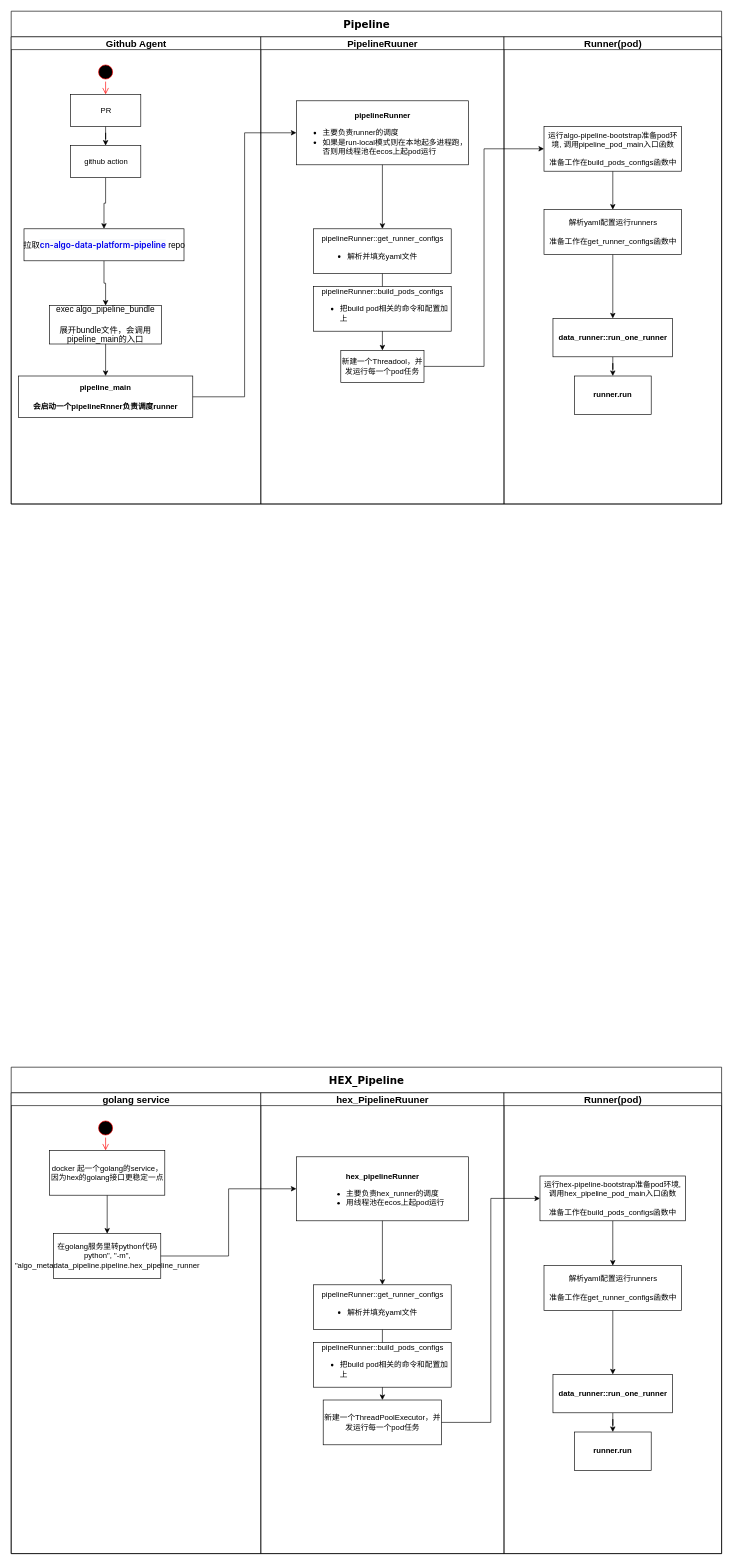
Before: page "pipeline时序图" (2 of 4) of drawio/TuSimple.drawio in a244591052/Skill-Learning, a draw.io diagram. Source tidied: cells renumbered, new cells numbered last; positions are measured from the earlier drawing's top-left corner, leaving out a move shared by most shapes. Both pictures are drawn from the tidied source at 64%, with x=0, y=0 at pixel (11, 11).
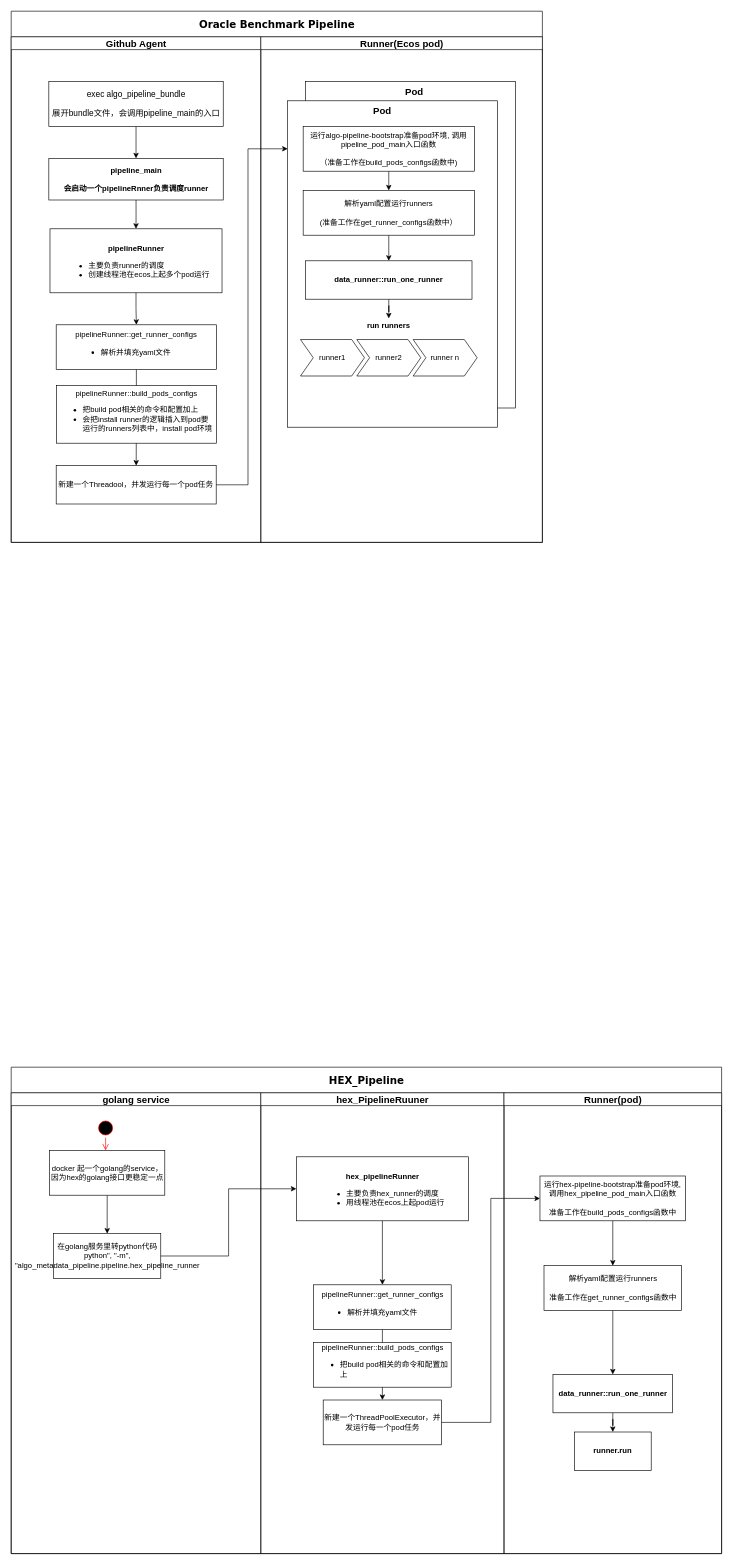
After the change.

Diff of the diagram source:
```diff
@@
-    <mxCell id="2" value="&lt;font style=&quot;font-size: 16px;&quot;&gt;Pipeline&lt;/font&gt;" style="swimlane;html=1;startSize=40;rounded=0;shadow=0;comic=0;labelBackgroundColor=none;strokeWidth=1;fontFamily=Verdana;fontSize=12;align=center;" parent="1" vertex="1">
-      <mxGeometry width="1110" height="770" as="geometry" />
+    <mxCell id="2" value="&lt;font style=&quot;font-size: 16px;&quot;&gt;Oracle Benchmark Pipeline&lt;/font&gt;" style="swimlane;html=1;startSize=40;rounded=0;shadow=0;comic=0;labelBackgroundColor=none;strokeWidth=1;fontFamily=Verdana;fontSize=12;align=center;" parent="1" vertex="1">
+      <mxGeometry width="830" height="830" as="geometry" />
     </mxCell>
     <mxCell id="3" value="&lt;font style=&quot;font-size: 15px;&quot;&gt;Github Agent&lt;/font&gt;" style="swimlane;html=1;startSize=20;" parent="2" vertex="1">
-      <mxGeometry y="40" width="390" height="730" as="geometry" />
+      <mxGeometry y="40" width="390" height="790" as="geometry" />
     </mxCell>
-    <mxCell id="4" style="ellipse;html=1;shape=startState;fillColor=#000000;strokeColor=#ff0000;" parent="3" vertex="1">
-      <mxGeometry x="132.5" y="40" width="30" height="30" as="geometry" />
-    </mxCell>
-    <mxCell id="5" style="edgeStyle=orthogonalEdgeStyle;html=1;verticalAlign=bottom;endArrow=open;endSize=8;strokeColor=#ff0000;rounded=0;" parent="3" edge="1" source="4">
-      <mxGeometry relative="1" as="geometry">
-        <mxPoint x="147.5" y="90" as="targetPoint" />
-      </mxGeometry>
-    </mxCell>
-    <mxCell id="6" style="edgeStyle=orthogonalEdgeStyle;rounded=0;jettySize=auto;html=1;" parent="3" edge="1" source="7" target="9">
-      <mxGeometry relative="1" as="geometry" />
-    </mxCell>
-    <mxCell id="7" value="PR" style="html=1;" parent="3" vertex="1">
-      <mxGeometry x="92.5" y="90" width="110" height="50" as="geometry" />
-    </mxCell>
-    <mxCell id="8" style="edgeStyle=orthogonalEdgeStyle;rounded=0;jettySize=auto;html=1;fontSize=12;" parent="3" edge="1" source="9" target="11">
-      <mxGeometry relative="1" as="geometry" />
-    </mxCell>
-    <mxCell id="9" value="github action" style="html=1;fillColor=rgb(255, 255, 255);strokeColor=rgb(0, 0, 0);fontColor=rgb(0, 0, 0);" parent="3" vertex="1">
-      <mxGeometry x="92.5" y="170" width="110" height="50" as="geometry" />
-    </mxCell>
-    <mxCell id="10" style="edgeStyle=orthogonalEdgeStyle;rounded=0;jettySize=auto;html=1;fontSize=13;" parent="3" edge="1" source="11" target="13">
-      <mxGeometry relative="1" as="geometry" />
-    </mxCell>
-    <mxCell id="11" value="拉取&lt;a style=&quot;box-sizing: border-box; background-color: rgb(246, 248, 250); text-decoration-line: none; font-family: -apple-system, BlinkMacSystemFont, &amp;quot;Segoe UI&amp;quot;, Helvetica, Arial, sans-serif, &amp;quot;Apple Color Emoji&amp;quot;, &amp;quot;Segoe UI Emoji&amp;quot;; font-size: 13px; font-weight: 600; text-align: start;&quot; href=&quot;https://ghe.tusimple.io/TuSimple/cn-algo-data-platform-pipeline&quot;&gt;cn-algo-data-platform-pipeline&lt;/a&gt;&amp;nbsp;repo" style="html=1;fillColor=rgb(255, 255, 255);strokeColor=rgb(0, 0, 0);fontColor=rgb(0, 0, 0);fontSize=13;" parent="3" vertex="1">
-      <mxGeometry x="20" y="300" width="250" height="50" as="geometry" />
-    </mxCell>
@@
     <mxCell id="13" value="exec algo_pipeline_bundle&lt;br&gt;&lt;br&gt;展开bundle文件，会调用pipeline_main的入口" style="whiteSpace=wrap;html=1;fontSize=13;fillColor=rgb(255, 255, 255);strokeColor=rgb(0, 0, 0);fontColor=rgb(0, 0, 0);" parent="3" vertex="1">
-      <mxGeometry x="60" y="420" width="175" height="60" as="geometry" />
+      <mxGeometry x="58.8" y="70" width="272.5" height="70" as="geometry" />
     </mxCell>
+    <mxCell id="56" style="edgeStyle=orthogonalEdgeStyle;rounded=0;jettySize=auto;html=1;exitX=0.5;exitY=1;exitDx=0;exitDy=0;" parent="3" edge="1" source="14" target="57">
+      <mxGeometry relative="1" as="geometry" />
+    </mxCell>
-    <mxCell id="14" value="&lt;b&gt;pipeline_main&lt;br&gt;&lt;br&gt;会启动一个pipelineRnner负责调度runner&lt;br&gt;&lt;/b&gt;" style="whiteSpace=wrap;html=1;fillColor=rgb(255, 255, 255);strokeColor=rgb(0, 0, 0);fontColor=rgb(0, 0, 0);" parent="3" vertex="1">
-      <mxGeometry x="11.2" y="530" width="272.5" height="65" as="geometry" />
+    <mxCell id="14" value="&lt;span&gt;pipeline_main&lt;br&gt;&lt;br&gt;会启动一个pipelineRnner负责调度runner&lt;br&gt;&lt;/span&gt;" style="whiteSpace=wrap;html=1;fillColor=rgb(255, 255, 255);strokeColor=rgb(0, 0, 0);fontColor=rgb(0, 0, 0);fontStyle=1;" parent="3" vertex="1">
+      <mxGeometry x="58.8" y="190" width="272.5" height="65" as="geometry" />
     </mxCell>
-    <mxCell id="15" value="&lt;font style=&quot;font-size: 15px;&quot;&gt;PipelineRuuner&lt;/font&gt;" style="swimlane;html=1;startSize=20;" parent="2" vertex="1">
-      <mxGeometry x="390" y="40" width="380" height="730" as="geometry" />
-    </mxCell>
-    <mxCell id="16" value="&lt;b&gt;&lt;br&gt;pipelineRunner&lt;/b&gt;&lt;br&gt;&lt;ul&gt;&lt;li style=&quot;text-align: left;&quot;&gt;主要负责runner的调度&lt;/li&gt;&lt;li style=&quot;text-align: left;&quot;&gt;如果是run-local模式则在本地起多进程跑，否则用线程池在ecos上起pod运行&lt;/li&gt;&lt;/ul&gt;" style="whiteSpace=wrap;html=1;fillColor=rgb(255, 255, 255);strokeColor=rgb(0, 0, 0);fontColor=rgb(0, 0, 0);" parent="15" vertex="1">
-      <mxGeometry x="55.6" y="100" width="268.8" height="100" as="geometry" />
-    </mxCell>
+    <mxCell id="57" value="&lt;b&gt;&lt;br&gt;pipelineRunner&lt;/b&gt;&lt;br&gt;&lt;ul&gt;&lt;li style=&quot;text-align: left;&quot;&gt;主要负责runner的调度&lt;/li&gt;&lt;li style=&quot;text-align: left;&quot;&gt;创建线程池在ecos上起多个pod运行&lt;/li&gt;&lt;/ul&gt;" style="whiteSpace=wrap;html=1;fillColor=rgb(255, 255, 255);strokeColor=rgb(0, 0, 0);fontColor=rgb(0, 0, 0);" parent="3" vertex="1">
+      <mxGeometry x="60.6" y="300" width="268.8" height="100" as="geometry" />
+    </mxCell>
-    <mxCell id="17" value="&lt;font style=&quot;font-size: 12px;&quot;&gt;pipelineRunner::get_runner_configs&lt;br style=&quot;font-size: 12px;&quot;&gt;&lt;ul&gt;&lt;li style=&quot;text-align: left;&quot;&gt;&lt;span style=&quot;background-color: initial;&quot;&gt;解析并填充yaml文件&lt;/span&gt;&lt;/li&gt;&lt;/ul&gt;&lt;/font&gt;" style="rounded=0;whiteSpace=wrap;html=1;fontSize=12;" parent="15" vertex="1">
-      <mxGeometry x="82.5" y="300" width="215" height="70" as="geometry" />
+    <mxCell id="17" value="&lt;font style=&quot;font-size: 12px;&quot;&gt;pipelineRunner::get_runner_configs&lt;br style=&quot;font-size: 12px;&quot;&gt;&lt;ul&gt;&lt;li style=&quot;text-align: left;&quot;&gt;&lt;span style=&quot;background-color: initial;&quot;&gt;解析并填充yaml文件&lt;/span&gt;&lt;/li&gt;&lt;/ul&gt;&lt;/font&gt;" style="rounded=0;whiteSpace=wrap;html=1;fontSize=12;" parent="3" vertex="1">
+      <mxGeometry x="70.3" y="450" width="250.6" height="70" as="geometry" />
     </mxCell>
-    <mxCell id="18" style="edgeStyle=orthogonalEdgeStyle;rounded=0;jettySize=auto;html=1;exitX=0.5;exitY=1;exitDx=0;exitDy=0;entryX=0.5;entryY=0;entryDx=0;entryDy=0;fontSize=13;" parent="15" edge="1" source="16" target="17">
-      <mxGeometry relative="1" as="geometry" />
-    </mxCell>
+    <mxCell id="58" style="edgeStyle=orthogonalEdgeStyle;rounded=0;jettySize=auto;html=1;exitX=0.5;exitY=1;exitDx=0;exitDy=0;entryX=0.5;entryY=0;entryDx=0;entryDy=0;fontSize=13;" parent="3" edge="1" source="57" target="17">
+      <mxGeometry relative="1" as="geometry" />
+    </mxCell>
-    <mxCell id="19" value="新建一个Threadool，并发运行每一个pod任务" style="whiteSpace=wrap;html=1;fillColor=rgb(255, 255, 255);strokeColor=rgb(0, 0, 0);fontColor=rgb(0, 0, 0);" parent="15" vertex="1">
-      <mxGeometry x="125" y="490" width="130" height="50" as="geometry" />
+    <mxCell id="19" value="新建一个Threadool，并发运行每一个pod任务" style="whiteSpace=wrap;html=1;fillColor=rgb(255, 255, 255);strokeColor=rgb(0, 0, 0);fontColor=rgb(0, 0, 0);" parent="3" vertex="1">
+      <mxGeometry x="70.3" y="670" width="250" height="60" as="geometry" />
     </mxCell>
-    <mxCell id="20" style="edgeStyle=orthogonalEdgeStyle;rounded=0;jettySize=auto;html=1;exitX=0.5;exitY=1;exitDx=0;exitDy=0;entryX=0.5;entryY=0;entryDx=0;entryDy=0;fontSize=13;" parent="15" edge="1" source="17" target="19">
+    <mxCell id="20" style="edgeStyle=orthogonalEdgeStyle;rounded=0;jettySize=auto;html=1;exitX=0.5;exitY=1;exitDx=0;exitDy=0;entryX=0.5;entryY=0;entryDx=0;entryDy=0;fontSize=13;" parent="3" edge="1" source="17" target="19">
       <mxGeometry relative="1" as="geometry" />
     </mxCell>
-    <mxCell id="21" value="&lt;font style=&quot;font-size: 12px;&quot;&gt;pipelineRunner::build_pods_configs&lt;br style=&quot;font-size: 12px;&quot;&gt;&lt;ul&gt;&lt;li style=&quot;text-align: left;&quot;&gt;&lt;span style=&quot;background-color: initial;&quot;&gt;把build pod相关的命令和配置加上&lt;/span&gt;&lt;/li&gt;&lt;/ul&gt;&lt;/font&gt;" style="rounded=0;whiteSpace=wrap;html=1;fontSize=12;" parent="15" vertex="1">
-      <mxGeometry x="82.5" y="390" width="215" height="70" as="geometry" />
-    </mxCell>
+    <mxCell id="59" value="&lt;font style=&quot;font-size: 12px;&quot;&gt;pipelineRunner::build_pods_configs&lt;br style=&quot;font-size: 12px;&quot;&gt;&lt;ul&gt;&lt;li style=&quot;text-align: left;&quot;&gt;&lt;span style=&quot;background-color: initial;&quot;&gt;把build pod相关的命令和配置加上&lt;/span&gt;&lt;/li&gt;&lt;li style=&quot;text-align: left;&quot;&gt;会把install runner的逻辑插入到pod要运行的runners列表中，install pod环境&lt;/li&gt;&lt;/ul&gt;&lt;/font&gt;" style="rounded=0;whiteSpace=wrap;html=1;fontSize=12;" parent="3" vertex="1">
+      <mxGeometry x="70.6" y="545" width="250.3" height="90" as="geometry" />
+    </mxCell>
+    <mxCell id="60" style="edgeStyle=orthogonalEdgeStyle;rounded=0;jettySize=auto;html=1;exitX=1;exitY=0.5;exitDx=0;exitDy=0;" parent="2" edge="1" source="19" target="62">
+      <mxGeometry relative="1" as="geometry">
+        <Array as="points">
+          <mxPoint x="370" y="740" />
+          <mxPoint x="370" y="215" />
+        </Array>
+      </mxGeometry>
+    </mxCell>
-    <mxCell id="22" value="&lt;font style=&quot;font-size: 15px;&quot;&gt;Runner(pod)&lt;/font&gt;" style="swimlane;html=1;startSize=20;" parent="2" vertex="1">
-      <mxGeometry x="770" y="40" width="340" height="730" as="geometry" />
+    <mxCell id="22" value="&lt;font style=&quot;font-size: 15px;&quot;&gt;Runner(Ecos pod)&lt;/font&gt;" style="swimlane;html=1;startSize=20;" parent="2" vertex="1">
+      <mxGeometry x="390" y="40" width="440" height="790" as="geometry" />
     </mxCell>
-    <mxCell id="23" style="edgeStyle=orthogonalEdgeStyle;rounded=0;jettySize=auto;html=1;" parent="22" edge="1" source="24" target="25">
-      <mxGeometry relative="1" as="geometry" />
-    </mxCell>
+    <mxCell id="61" style="rounded=0;whiteSpace=wrap;html=1;" parent="22" vertex="1">
+      <mxGeometry x="70" y="70" width="328" height="510" as="geometry" />
+    </mxCell>
+    <mxCell id="62" style="rounded=0;whiteSpace=wrap;html=1;" parent="22" vertex="1">
+      <mxGeometry x="42" y="100" width="328" height="510" as="geometry" />
+    </mxCell>
+    <mxCell id="63" style="edgeStyle=orthogonalEdgeStyle;rounded=0;jettySize=auto;html=1;exitX=0.5;exitY=1;exitDx=0;exitDy=0;" parent="22" edge="1" source="24" target="64">
+      <mxGeometry relative="1" as="geometry" />
+    </mxCell>
     <mxCell id="24" value="&lt;b&gt;data_runner::run_one_runner&lt;/b&gt;" style="whiteSpace=wrap;html=1;fillColor=rgb(255, 255, 255);strokeColor=rgb(0, 0, 0);fontColor=rgb(0, 0, 0);" parent="22" vertex="1">
-      <mxGeometry x="76.5" y="440" width="187" height="60" as="geometry" />
+      <mxGeometry x="70" y="350" width="260" height="60" as="geometry" />
     </mxCell>
-    <mxCell id="25" value="&lt;b&gt;runner.run&lt;/b&gt;" style="whiteSpace=wrap;html=1;fillColor=rgb(255, 255, 255);strokeColor=rgb(0, 0, 0);fontColor=rgb(0, 0, 0);" parent="22" vertex="1">
-      <mxGeometry x="110" y="530" width="120" height="60" as="geometry" />
-    </mxCell>
@@
-    <mxCell id="27" value="运行algo-pipeline-bootstrap准备pod环境, 调用pipeline_pod_main入口函数&lt;br&gt;&lt;br&gt;准备工作在build_pods_configs函数中" style="rounded=0;whiteSpace=wrap;html=1;fontSize=12;" parent="22" vertex="1">
-      <mxGeometry x="62.5" y="140" width="215" height="70" as="geometry" />
+    <mxCell id="27" value="运行algo-pipeline-bootstrap准备pod环境, 调用pipeline_pod_main入口函数&lt;br&gt;&lt;br&gt;（准备工作在build_pods_configs函数中)" style="rounded=0;whiteSpace=wrap;html=1;fontSize=12;" parent="22" vertex="1">
+      <mxGeometry x="66.2" y="140" width="267.5" height="70" as="geometry" />
     </mxCell>
@@
-    <mxCell id="29" value="解析yaml配置运行runners&lt;br&gt;&lt;br&gt;准备工作在get_runner_configs函数中" style="rounded=0;whiteSpace=wrap;html=1;fontSize=12;" parent="22" vertex="1">
-      <mxGeometry x="62.5" y="270" width="215" height="70" as="geometry" />
+    <mxCell id="29" value="解析yaml配置运行runners&lt;br&gt;&lt;br&gt;(准备工作在get_runner_configs函数中）" style="rounded=0;whiteSpace=wrap;html=1;fontSize=12;" parent="22" vertex="1">
+      <mxGeometry x="66.2" y="240" width="267.5" height="70" as="geometry" />
     </mxCell>
-    <mxCell id="30" style="edgeStyle=orthogonalEdgeStyle;rounded=0;jettySize=auto;html=1;entryX=0;entryY=0.5;entryDx=0;entryDy=0;" parent="2" edge="1" source="14" target="16">
-      <mxGeometry relative="1" as="geometry" />
-    </mxCell>
-    <mxCell id="31" style="edgeStyle=orthogonalEdgeStyle;rounded=0;jettySize=auto;html=1;fontSize=13;entryX=0;entryY=0.5;entryDx=0;entryDy=0;" parent="2" edge="1" source="19" target="27">
-      <mxGeometry relative="1" as="geometry" />
-    </mxCell>
+    <mxCell id="64" value="run runners" style="swimlane;horizontal=1;fillColor=none;strokeColor=none;stackBorder=10;align=center;points=[];whiteSpace=wrap;html=1;startSize=23;" parent="22" vertex="1">
+      <mxGeometry x="52" y="440" width="296" height="100" as="geometry" />
+    </mxCell>
+    <mxCell id="65" value="runner1" style="shape=step;perimeter=stepPerimeter;fixedSize=1;whiteSpace=wrap;html=1;" parent="64" vertex="1">
+      <mxGeometry x="10" y="33" width="100" height="57" as="geometry" />
+    </mxCell>
+    <mxCell id="66" value="runner2" style="shape=step;perimeter=stepPerimeter;fixedSize=1;whiteSpace=wrap;html=1;" parent="64" vertex="1">
+      <mxGeometry x="98" y="33" width="100" height="57" as="geometry" />
+    </mxCell>
+    <mxCell id="67" value="runner n" style="shape=step;perimeter=stepPerimeter;fixedSize=1;whiteSpace=wrap;html=1;" parent="64" vertex="1">
+      <mxGeometry x="186" y="33" width="100" height="57" as="geometry" />
+    </mxCell>
+    <mxCell id="68" value="Pod" style="text;html=1;strokeColor=none;fillColor=none;align=center;verticalAlign=middle;whiteSpace=wrap;rounded=0;fontStyle=1;fontSize=15;" parent="22" vertex="1">
+      <mxGeometry x="160" y="100" width="60" height="30" as="geometry" />
+    </mxCell>
+    <mxCell id="69" value="Pod" style="text;html=1;strokeColor=none;fillColor=none;align=center;verticalAlign=middle;whiteSpace=wrap;rounded=0;fontStyle=1;fontSize=15;" parent="22" vertex="1">
+      <mxGeometry x="210" y="70" width="60" height="30" as="geometry" />
+    </mxCell>
```
